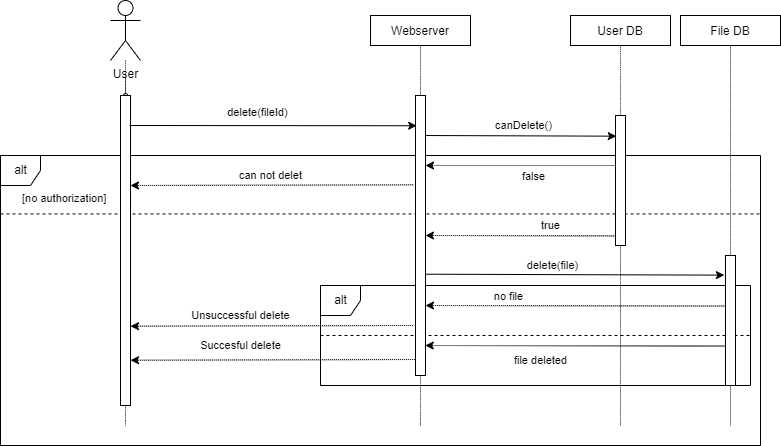
Before: Diagrams/sequence/delete.png, a diagram exported from draw.io (rittakos/CreaTeam-ComputerSecurity). Source tidied: cells renumbered, new cells last; positions are measured from the earlier drawing's top-left corner, leaving out a move shared by most shapes.
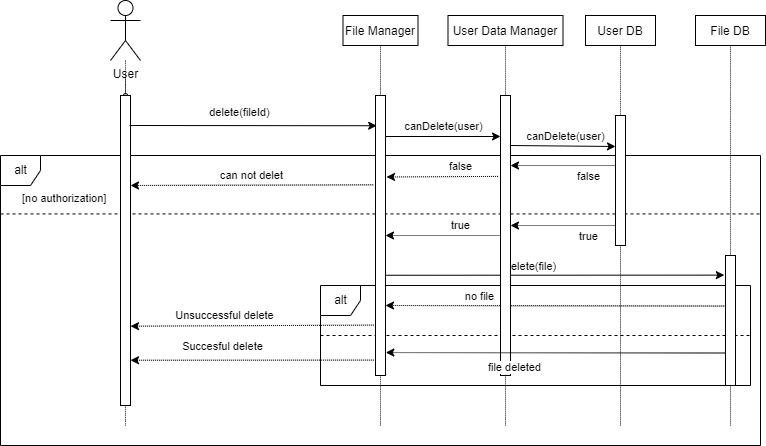
The same diagram one commit later.

The edit, as a diff of the source:
```diff
@@ -2,6 +2,9 @@
   <root>
     <mxCell id="0" />
     <mxCell id="1" parent="0" />
+    <mxCell id="12" value="delete(file)" style="endArrow=classic;html=1;rounded=0;entryX=-0.115;entryY=0.151;entryDx=0;entryDy=0;entryPerimeter=0;exitX=0.5;exitY=0.642;exitDx=0;exitDy=0;exitPerimeter=0;" parent="1" edge="1" source="26" target="6">
+      <mxGeometry x="-0.13" y="9" relative="1" as="geometry" />
+    </mxCell>
     <mxCell id="2" value="alt" style="shape=umlFrame;tabWidth=110;tabHeight=30;tabPosition=left;html=1;boundedLbl=1;labelInHeader=1;width=40;height=30;" parent="1" vertex="1">
       <mxGeometry y="155" width="760" height="290" as="geometry" />
     </mxCell>
@@ -20,17 +23,6 @@
     <mxCell id="6" style="rounded=0;dashed=0;" parent="3" vertex="1">
       <mxGeometry x="405" y="-30" width="10" height="130" as="geometry" />
     </mxCell>
-    <mxCell id="7" style="endArrow=classic;html=1;rounded=0;dashed=1;dashPattern=1 1;fontSize=11;exitX=0.025;exitY=0.389;exitDx=0;exitDy=0;exitPerimeter=0;entryX=1;entryY=0.75;entryDx=0;entryDy=0;" parent="3" edge="1">
-      <mxGeometry relative="1" as="geometry">
-        <mxPoint x="405" y="60.6" as="sourcePoint" />
-        <mxPoint x="104.8" y="60" as="targetPoint" />
-      </mxGeometry>
-    </mxCell>
-    <mxCell id="8" value="file deleted" style="edgeLabel;html=1;align=center;verticalAlign=middle;fontSize=11;" parent="7" vertex="1">
-      <mxGeometry x="0.29" y="2" relative="1" as="geometry">
-        <mxPoint x="9" y="12" as="offset" />
-      </mxGeometry>
-    </mxCell>
     <mxCell id="9" value="[no authorization]" style="text;fontSize=11;" parent="2" vertex="1">
       <mxGeometry width="100" height="20" relative="1" as="geometry">
         <mxPoint x="20" y="30" as="offset" />
@@ -39,32 +31,37 @@
     <mxCell id="10" style="line;strokeWidth=1;dashed=1;labelPosition=center;verticalLabelPosition=bottom;align=left;verticalAlign=top;spacingLeft=19;spacingTop=1;" parent="2" vertex="1">
       <mxGeometry y="10" width="760" height="96.9" as="geometry" />
     </mxCell>
-    <mxCell id="11" value="Succesful delete" style="endArrow=classic;html=1;rounded=0;exitX=-0.232;exitY=0.319;exitDx=0;exitDy=0;exitPerimeter=0;dashed=1;dashPattern=1 1;" parent="2" edge="1">
+    <mxCell id="11" value="Succesful delete" style="endArrow=classic;html=1;rounded=0;exitX=-0.162;exitY=0.945;exitDx=0;exitDy=0;exitPerimeter=0;dashed=1;dashPattern=1 1;" parent="2" edge="1" source="26">
       <mxGeometry x="0.24" y="-14" relative="1" as="geometry">
-        <mxPoint x="420.3" y="204" as="sourcePoint" />
         <mxPoint x="130" y="204.7" as="targetPoint" />
       </mxGeometry>
     </mxCell>
-    <mxCell id="12" value="delete(file)" style="endArrow=classic;html=1;rounded=0;entryX=-0.115;entryY=0.151;entryDx=0;entryDy=0;entryPerimeter=0;" parent="2" edge="1" target="6">
-      <mxGeometry x="-0.13" y="9" relative="1" as="geometry">
-        <mxPoint x="420" y="118.7" as="sourcePoint" />
-      </mxGeometry>
-    </mxCell>
-    <mxCell id="13" value="Unsuccessful delete" style="endArrow=classic;html=1;rounded=0;exitX=-0.232;exitY=0.319;exitDx=0;exitDy=0;exitPerimeter=0;dashed=1;dashPattern=1 1;" parent="2" edge="1">
+    <mxCell id="13" value="Unsuccessful delete" style="endArrow=classic;html=1;rounded=0;exitX=-0.162;exitY=0.82;exitDx=0;exitDy=0;exitPerimeter=0;dashed=1;dashPattern=1 1;" parent="2" edge="1" source="26">
       <mxGeometry x="0.22" y="-10" relative="1" as="geometry">
-        <mxPoint x="412.7" y="170" as="sourcePoint" />
         <mxPoint x="130" y="170.7" as="targetPoint" />
       </mxGeometry>
     </mxCell>
+    <mxCell id="39" style="endArrow=classic;html=1;rounded=0;entryX=1;entryY=0.25;entryDx=0;entryDy=0;dashed=1;dashPattern=1 1;" parent="2" edge="1">
+      <mxGeometry relative="1" as="geometry">
+        <mxPoint x="620" y="70" as="sourcePoint" />
+        <mxPoint x="510" y="70" as="targetPoint" />
+      </mxGeometry>
+    </mxCell>
+    <mxCell id="40" value="true" style="edgeLabel;html=1;align=center;verticalAlign=middle;" parent="39" vertex="1">
+      <mxGeometry x="0.3" y="2" relative="1" as="geometry">
+        <mxPoint x="38" y="8" as="offset" />
+      </mxGeometry>
+    </mxCell>
-    <mxCell id="14" value="true" style="endArrow=classic;html=1;rounded=0;entryX=1;entryY=0.5;entryDx=0;entryDy=0;dashed=1;dashPattern=1 1;exitX=0.078;exitY=0.926;exitDx=0;exitDy=0;exitPerimeter=0;" parent="1" edge="1" source="33" target="26">
+    <mxCell id="14" value="true" style="endArrow=classic;html=1;rounded=0;entryX=1;entryY=0.5;entryDx=0;entryDy=0;dashed=1;dashPattern=1 1;exitX=0;exitY=0.5;exitDx=0;exitDy=0;" parent="1" edge="1" source="44" target="26">
       <mxGeometry x="-0.31" y="-10" relative="1" as="geometry" />
     </mxCell>
-    <mxCell id="15" value="canDelete()" style="endArrow=classic;html=1;rounded=0;entryX=0.078;entryY=0.159;entryDx=0;entryDy=0;entryPerimeter=0;" parent="1" edge="1" target="33">
+    <mxCell id="15" value="canDelete(user)" style="endArrow=classic;html=1;rounded=0;" parent="1" edge="1">
       <mxGeometry x="0.05" y="10" relative="1" as="geometry">
-        <mxPoint x="420" y="135" as="sourcePoint" />
+        <mxPoint x="380" y="136" as="sourcePoint" />
+        <mxPoint x="500" y="136" as="targetPoint" />
       </mxGeometry>
     </mxCell>
-    <mxCell id="16" style="endArrow=classic;html=1;rounded=0;entryX=1;entryY=0.25;entryDx=0;entryDy=0;dashed=1;dashPattern=1 1;" parent="1" edge="1" target="26">
+    <mxCell id="16" style="endArrow=classic;html=1;rounded=0;entryX=1;entryY=0.25;entryDx=0;entryDy=0;dashed=1;dashPattern=1 1;" parent="1" edge="1" target="44">
       <mxGeometry relative="1" as="geometry">
         <mxPoint x="620" y="165" as="sourcePoint" />
       </mxGeometry>
@@ -86,24 +83,24 @@
       </mxGeometry>
     </mxCell>
     <mxCell id="21" value="User DB" style="rounded=0;dashed=0;" parent="1" vertex="1">
-      <mxGeometry x="570" y="15" width="100" height="30" as="geometry" />
+      <mxGeometry x="585" y="15" width="70" height="30" as="geometry" />
     </mxCell>
     <mxCell id="22" style="html=1;verticalAlign=bottom;startArrow=none;endArrow=none;dashed=1;rounded=0;dashPattern=1 1;endSize=4;curved=1;" parent="1" edge="1" source="33" target="21">
       <mxGeometry relative="1" as="geometry" />
     </mxCell>
     <mxCell id="23" style="html=1;verticalAlign=bottom;startArrow=none;endArrow=none;dashed=1;rounded=0;dashPattern=1 1;endSize=4;curved=1;" parent="1" edge="1" target="26">
       <mxGeometry relative="1" as="geometry">
-        <mxPoint x="420" y="425" as="sourcePoint" />
+        <mxPoint x="380" y="425" as="sourcePoint" />
       </mxGeometry>
     </mxCell>
-    <mxCell id="24" value="Webserver" style="rounded=0;dashed=0;" parent="1" vertex="1">
-      <mxGeometry x="370" y="15" width="100" height="30" as="geometry" />
+    <mxCell id="24" value="File Manager" style="rounded=0;dashed=0;" parent="1" vertex="1">
+      <mxGeometry x="342.5" y="15" width="75" height="30" as="geometry" />
     </mxCell>
     <mxCell id="25" style="html=1;verticalAlign=bottom;startArrow=none;endArrow=none;dashed=1;rounded=0;dashPattern=1 1;endSize=4;curved=1;" parent="1" edge="1" source="26" target="24">
       <mxGeometry relative="1" as="geometry" />
     </mxCell>
     <mxCell id="26" style="rounded=0;dashed=0;" parent="1" vertex="1">
-      <mxGeometry x="415" y="95" width="10" height="280" as="geometry" />
+      <mxGeometry x="375" y="95" width="10" height="280" as="geometry" />
     </mxCell>
     <mxCell id="27" style="html=1;verticalAlign=bottom;startArrow=none;endArrow=none;dashed=1;rounded=0;dashPattern=1 1;endSize=4;curved=1;" parent="1" edge="1" target="29">
       <mxGeometry relative="1" as="geometry">
@@ -142,7 +139,7 @@
       </mxGeometry>
     </mxCell>
     <mxCell id="35" value="File DB" style="rounded=0;dashed=0;" parent="1" vertex="1">
-      <mxGeometry x="680" y="15" width="100" height="30" as="geometry" />
+      <mxGeometry x="695" y="15" width="70" height="30" as="geometry" />
     </mxCell>
     <mxCell id="36" style="html=1;verticalAlign=bottom;startArrow=none;endArrow=none;dashed=1;rounded=0;dashPattern=1 1;endSize=4;curved=1;" parent="1" edge="1" source="6" target="35">
       <mxGeometry relative="1" as="geometry" />
@@ -155,5 +152,36 @@
         <mxPoint y="-10" as="offset" />
       </mxGeometry>
     </mxCell>
+    <mxCell id="41" style="html=1;verticalAlign=bottom;startArrow=none;endArrow=none;dashed=1;rounded=0;dashPattern=1 1;endSize=4;curved=1;" parent="1" edge="1" target="44">
+      <mxGeometry relative="1" as="geometry">
+        <mxPoint x="505" y="425" as="sourcePoint" />
+      </mxGeometry>
+    </mxCell>
+    <mxCell id="42" value="User Data Manager" style="rounded=0;dashed=0;" parent="1" vertex="1">
+      <mxGeometry x="447.5" y="15" width="115" height="30" as="geometry" />
+    </mxCell>
+    <mxCell id="43" style="html=1;verticalAlign=bottom;startArrow=none;endArrow=none;dashed=1;rounded=0;dashPattern=1 1;endSize=4;curved=1;" parent="1" edge="1" source="44" target="42">
+      <mxGeometry relative="1" as="geometry" />
+    </mxCell>
+    <mxCell id="44" style="rounded=0;dashed=0;" parent="1" vertex="1">
+      <mxGeometry x="500" y="95" width="10" height="280" as="geometry" />
+    </mxCell>
+    <mxCell id="45" value="false" style="endArrow=classic;html=1;rounded=0;dashed=1;dashPattern=1 1;entryX=1.101;entryY=0.291;entryDx=0;entryDy=0;entryPerimeter=0;exitX=-0.241;exitY=0.289;exitDx=0;exitDy=0;exitPerimeter=0;" parent="1" edge="1" source="44" target="26">
+      <mxGeometry x="-0.31" y="-10" relative="1" as="geometry" />
+    </mxCell>
+    <mxCell id="46" style="endArrow=classic;html=1;rounded=0;dashed=1;dashPattern=1 1;fontSize=11;exitX=0;exitY=0.75;exitDx=0;exitDy=0;entryX=1.031;entryY=0.918;entryDx=0;entryDy=0;entryPerimeter=0;" parent="1" edge="1" source="6" target="26">
+      <mxGeometry relative="1" as="geometry" />
+    </mxCell>
+    <mxCell id="8" value="file deleted" style="edgeLabel;html=1;align=center;verticalAlign=middle;fontSize=11;" parent="46" vertex="1">
+      <mxGeometry x="0.29" y="2" relative="1" as="geometry">
+        <mxPoint x="9" y="12" as="offset" />
+      </mxGeometry>
+    </mxCell>
+    <mxCell id="47" value="canDelete(user)" style="endArrow=classic;html=1;rounded=0;" parent="1" edge="1">
+      <mxGeometry x="0.05" y="10" relative="1" as="geometry">
+        <mxPoint x="510" y="145" as="sourcePoint" />
+        <mxPoint x="615" y="146" as="targetPoint" />
+      </mxGeometry>
+    </mxCell>
   </root>
 </mxGraphModel>
```
